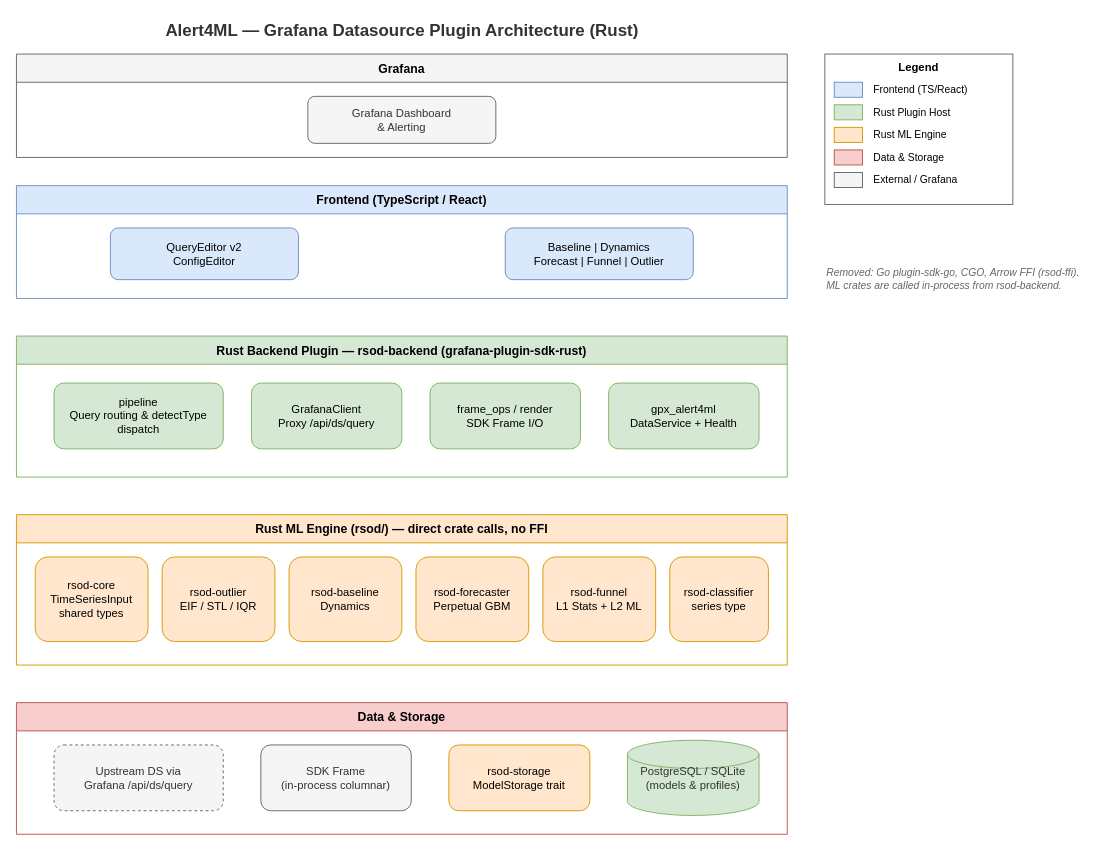
Before: docs/alert4ml-architecture.drawio in IBUMBLEBEE/grafana-alert4ml-datasource, a draw.io diagram. Source tidied: cells renumbered, new cells numbered last; positions are measured from the earlier drawing's top-left corner, leaving out a move shared by most shapes. Both pictures are drawn from the tidied source at 94%, with x=0, y=0 at pixel (16, 16).
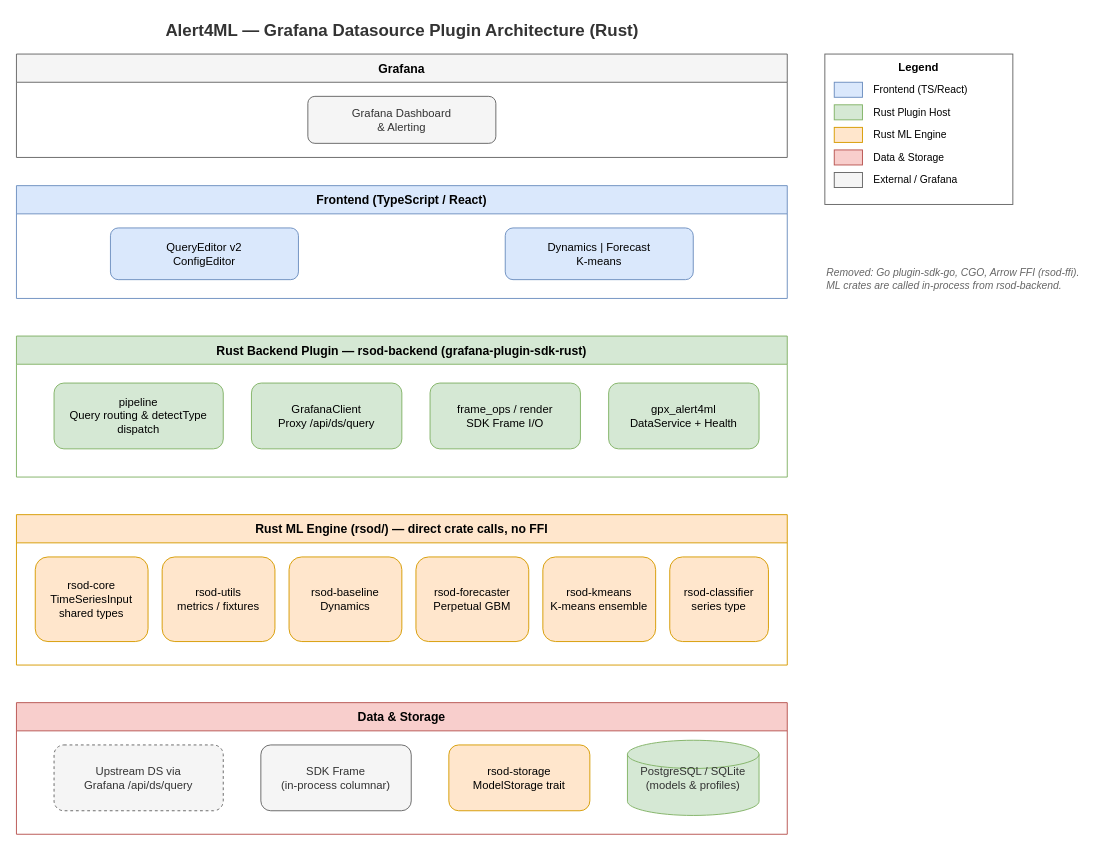
The same page after the edit.

Unchanged cells that the change refers to:
```xml
<mxCell id="5" value="Frontend (TypeScript / React)" style="swimlane;startSize=30;fillColor=#dae8fc;strokeColor=#6c8ebf;fontStyle=1;fontSize=13;" parent="1" vertex="1">
  <mxGeometry y="180" width="820" height="120" as="geometry" />
</mxCell>
<mxCell id="13" value="Rust ML Engine (rsod/) — direct crate calls, no FFI" style="swimlane;startSize=30;fillColor=#ffe6cc;strokeColor=#d79b00;fontStyle=1;fontSize=13;" parent="1" vertex="1">
  <mxGeometry y="530" width="820" height="160" as="geometry" />
</mxCell>
```

Change to the diagram source:
```diff
@@
-    <mxCell id="7" value="Baseline | Dynamics&#10;Forecast | Funnel | Outlier" style="rounded=1;whiteSpace=wrap;html=1;fillColor=#dae8fc;strokeColor=#6c8ebf;" parent="5" vertex="1">
+    <mxCell id="7" value="Dynamics | Forecast&#10;K-means" style="rounded=1;whiteSpace=wrap;html=1;fillColor=#dae8fc;strokeColor=#6c8ebf;" parent="5" vertex="1">
       <mxGeometry x="520" y="45" width="200" height="55" as="geometry" />
     </mxCell>
@@
-    <mxCell id="15" value="rsod-outlier&#10;EIF / STL / IQR" style="rounded=1;whiteSpace=wrap;html=1;fillColor=#ffe6cc;strokeColor=#d79b00;" parent="13" vertex="1">
-      <mxGeometry x="155" y="45" width="120" height="90" as="geometry" />
-    </mxCell>
+    <mxCell id="37" value="rsod-utils&#10;metrics / fixtures" style="rounded=1;whiteSpace=wrap;html=1;fillColor=#ffe6cc;strokeColor=#d79b00;" parent="13" vertex="1">
+      <mxGeometry x="155" y="45" width="120" height="90" as="geometry" />
+    </mxCell>
@@
-    <mxCell id="18" value="rsod-funnel&#10;L1 Stats + L2 ML" style="rounded=1;whiteSpace=wrap;html=1;fillColor=#ffe6cc;strokeColor=#d79b00;" parent="13" vertex="1">
-      <mxGeometry x="560" y="45" width="120" height="90" as="geometry" />
-    </mxCell>
+    <mxCell id="38" value="rsod-kmeans&#10;K-means ensemble" style="rounded=1;whiteSpace=wrap;html=1;fillColor=#ffe6cc;strokeColor=#d79b00;" parent="13" vertex="1">
+      <mxGeometry x="560" y="45" width="120" height="90" as="geometry" />
+    </mxCell>
```
